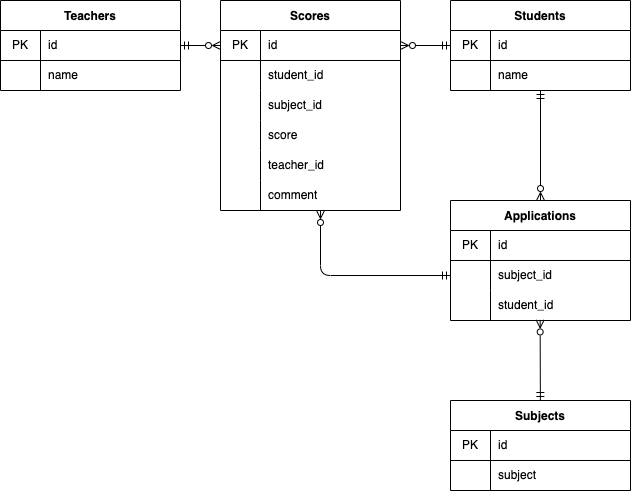
Before: kadai.drawio.png, a diagram exported from draw.io (cedrictarou/db-design). Source tidied: cells renumbered, new cells last; positions are measured from the earlier drawing's top-left corner, leaving out a move shared by most shapes.
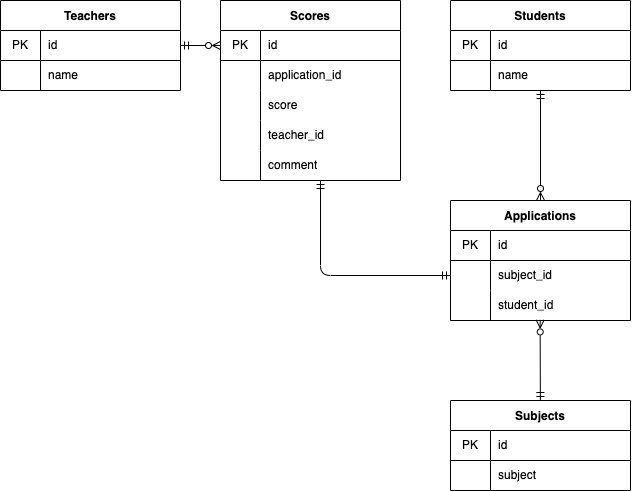
The same diagram one commit later.

Commit message:
applicationsとscoresのリレーションを修正しました。

The edit, as a diff of the source:
```diff
@@ -27,7 +27,7 @@
       <mxGeometry x="40" width="140" height="30" as="geometry" />
     </mxCell>
     <mxCell id="10" value="Scores" style="shape=table;startSize=30;rowLines=0;fontStyle=1;align=center;" parent="1" vertex="1">
-      <mxGeometry x="220" width="180" height="210" as="geometry" />
+      <mxGeometry x="220" width="180" height="180" as="geometry" />
     </mxCell>
     <mxCell id="11" style="shape=partialRectangle;html=1;whiteSpace=wrap;fillColor=none;top=0;left=0;bottom=1;right=0;points=[[0,0.5],[1,0.5]];portConstraint=eastwest;" parent="10" vertex="1">
       <mxGeometry y="30" width="180" height="30" as="geometry" />
@@ -44,20 +44,11 @@
     <mxCell id="15" style="shape=partialRectangle;html=1;whiteSpace=wrap;fillColor=none;top=0;left=0;bottom=0;right=0;overflow=hidden;" parent="14" vertex="1">
       <mxGeometry width="40" height="30" as="geometry" />
     </mxCell>
-    <mxCell id="16" value="student_id" style="shape=partialRectangle;html=1;whiteSpace=wrap;fillColor=none;top=0;left=0;bottom=0;right=0;align=left;spacingLeft=6;overflow=hidden;" parent="14" vertex="1">
+    <mxCell id="16" value="application_id" style="shape=partialRectangle;html=1;whiteSpace=wrap;fillColor=none;top=0;left=0;bottom=0;right=0;align=left;spacingLeft=6;overflow=hidden;" parent="14" vertex="1">
       <mxGeometry x="40" width="140" height="30" as="geometry" />
     </mxCell>
-    <mxCell id="17" style="shape=partialRectangle;html=1;whiteSpace=wrap;fillColor=none;top=0;left=0;bottom=0;right=0;" parent="10" vertex="1">
-      <mxGeometry y="90" width="180" height="30" as="geometry" />
-    </mxCell>
-    <mxCell id="18" style="shape=partialRectangle;html=1;whiteSpace=wrap;fillColor=none;top=0;left=0;bottom=0;right=0;overflow=hidden;" parent="17" vertex="1">
-      <mxGeometry width="40" height="30" as="geometry" />
-    </mxCell>
-    <mxCell id="19" value="subject_id" style="shape=partialRectangle;html=1;whiteSpace=wrap;fillColor=none;top=0;left=0;bottom=0;right=0;align=left;spacingLeft=6;overflow=hidden;" parent="17" vertex="1">
-      <mxGeometry x="40" width="140" height="30" as="geometry" />
-    </mxCell>
     <mxCell id="20" style="shape=partialRectangle;html=1;whiteSpace=wrap;fillColor=none;top=0;left=0;bottom=0;right=0;" parent="10" vertex="1">
-      <mxGeometry y="120" width="180" height="30" as="geometry" />
+      <mxGeometry y="90" width="180" height="30" as="geometry" />
     </mxCell>
     <mxCell id="21" style="shape=partialRectangle;html=1;whiteSpace=wrap;fillColor=none;top=0;left=0;bottom=0;right=0;overflow=hidden;" parent="20" vertex="1">
       <mxGeometry width="40" height="30" as="geometry" />
@@ -66,7 +57,7 @@
       <mxGeometry x="40" width="140" height="30" as="geometry" />
     </mxCell>
     <mxCell id="23" style="shape=partialRectangle;html=1;whiteSpace=wrap;fillColor=none;top=0;left=0;bottom=0;right=0;" parent="10" vertex="1">
-      <mxGeometry y="150" width="180" height="30" as="geometry" />
+      <mxGeometry y="120" width="180" height="30" as="geometry" />
     </mxCell>
     <mxCell id="24" style="shape=partialRectangle;html=1;whiteSpace=wrap;fillColor=none;top=0;left=0;bottom=0;right=0;overflow=hidden;" parent="23" vertex="1">
       <mxGeometry width="40" height="30" as="geometry" />
@@ -75,7 +66,7 @@
       <mxGeometry x="40" width="140" height="30" as="geometry" />
     </mxCell>
     <mxCell id="26" style="shape=partialRectangle;html=1;whiteSpace=wrap;fillColor=none;top=0;left=0;bottom=0;right=0;" parent="10" vertex="1">
-      <mxGeometry y="180" width="180" height="30" as="geometry" />
+      <mxGeometry y="150" width="180" height="30" as="geometry" />
     </mxCell>
     <mxCell id="27" style="shape=partialRectangle;html=1;whiteSpace=wrap;fillColor=none;top=0;left=0;bottom=0;right=0;overflow=hidden;" parent="26" vertex="1">
       <mxGeometry width="40" height="30" as="geometry" />
@@ -83,12 +74,11 @@
     <mxCell id="28" value="comment" style="shape=partialRectangle;html=1;whiteSpace=wrap;fillColor=none;top=0;left=0;bottom=0;right=0;align=left;spacingLeft=6;overflow=hidden;" parent="26" vertex="1">
       <mxGeometry x="40" width="140" height="30" as="geometry" />
     </mxCell>
-    <mxCell id="29" style="html=1;startArrow=ERmandOne;startFill=0;endArrow=ERzeroToMany;endFill=0;exitX=0;exitY=0.5;exitDx=0;exitDy=0;edgeStyle=elbowEdgeStyle;" parent="1" edge="1" source="42">
+    <mxCell id="29" style="html=1;startArrow=ERmandOne;startFill=0;endArrow=ERmandOne;endFill=0;exitX=0;exitY=0.5;exitDx=0;exitDy=0;edgeStyle=orthogonalEdgeStyle;" parent="1" edge="1" source="42">
       <mxGeometry relative="1" as="geometry">
-        <mxPoint x="320" y="210" as="targetPoint" />
+        <mxPoint x="320" y="180" as="targetPoint" />
         <Array as="points">
-          <mxPoint x="320" y="420" />
-          <mxPoint x="190" y="460" />
+          <mxPoint x="320" y="275" />
         </Array>
       </mxGeometry>
     </mxCell>
@@ -170,8 +160,5 @@
     <mxCell id="55" value="name" style="shape=partialRectangle;html=1;whiteSpace=wrap;fillColor=none;top=0;left=0;bottom=0;right=0;align=left;spacingLeft=6;overflow=hidden;" parent="53" vertex="1">
       <mxGeometry x="40" width="140" height="30" as="geometry" />
     </mxCell>
-    <mxCell id="56" style="elbow=vertical;html=1;startArrow=ERmandOne;startFill=0;endArrow=ERzeroToMany;endFill=0;entryX=1;entryY=0.5;entryDx=0;entryDy=0;" parent="1" edge="1" source="50" target="11">
-      <mxGeometry relative="1" as="geometry" />
-    </mxCell>
   </root>
 </mxGraphModel>
```
